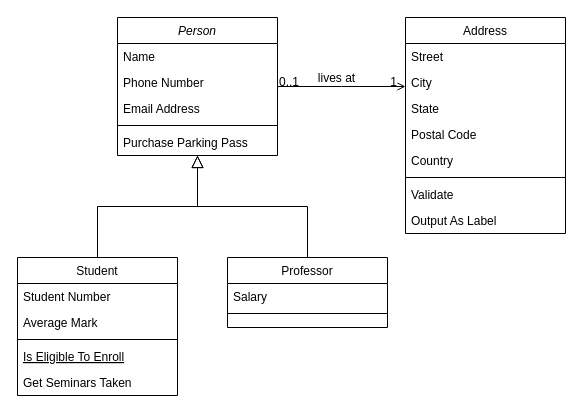
Before: Diagrama sem nome.drawio in Vitoria-Freire/Encapsulamento, a draw.io diagram. Source tidied: cells renumbered, new cells numbered last; positions are measured from the earlier drawing's top-left corner, leaving out a move shared by most shapes. Both pictures are drawn from the tidied source at 100%, with x=0, y=0 at pixel (17, 17).
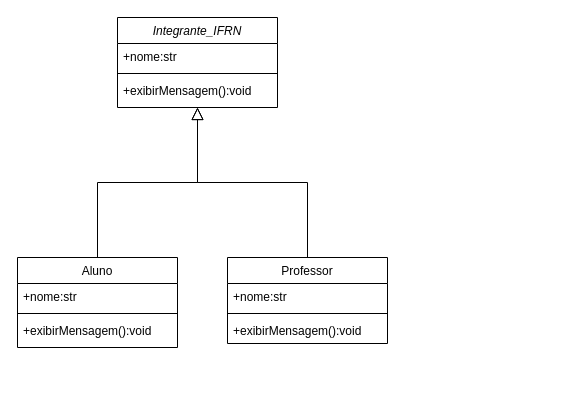
Above is the later version.

What changed in the source:
```diff
@@
-    <mxCell id="2" value="Person" style="swimlane;fontStyle=2;align=center;verticalAlign=top;horizontal=1;startSize=26;rounded=0;shadow=0;strokeWidth=1;" parent="1" vertex="1">
-      <mxGeometry x="100" width="160" height="138" as="geometry" />
+    <mxCell id="2" value="Integrante_IFRN" style="swimlane;fontStyle=2;align=center;verticalAlign=top;horizontal=1;startSize=26;rounded=0;shadow=0;strokeWidth=1;" parent="1" vertex="1">
+      <mxGeometry x="100" width="160" height="90" as="geometry" />
     </mxCell>
-    <mxCell id="3" value="Name" style="text;align=left;verticalAlign=top;spacingLeft=4;spacingRight=4;overflow=hidden;" parent="2" vertex="1">
+    <mxCell id="3" value="+nome:str" style="text;align=left;verticalAlign=top;spacingLeft=4;spacingRight=4;overflow=hidden;" parent="2" vertex="1">
       <mxGeometry y="26" width="160" height="26" as="geometry" />
     </mxCell>
-    <mxCell id="4" value="Phone Number" style="text;align=left;verticalAlign=top;spacingLeft=4;spacingRight=4;overflow=hidden;rounded=0;shadow=0;html=0;" parent="2" vertex="1">
-      <mxGeometry y="52" width="160" height="26" as="geometry" />
-    </mxCell>
-    <mxCell id="5" value="Email Address" style="text;align=left;verticalAlign=top;spacingLeft=4;spacingRight=4;overflow=hidden;rounded=0;shadow=0;html=0;" parent="2" vertex="1">
-      <mxGeometry y="78" width="160" height="26" as="geometry" />
-    </mxCell>
     <mxCell id="6" style="line;html=1;strokeWidth=1;align=left;verticalAlign=middle;spacingTop=-1;spacingLeft=3;spacingRight=3;labelPosition=right;" parent="2" vertex="1">
-      <mxGeometry y="104" width="160" height="8" as="geometry" />
+      <mxGeometry y="52" width="160" height="8" as="geometry" />
     </mxCell>
-    <mxCell id="7" value="Purchase Parking Pass" style="text;align=left;verticalAlign=top;spacingLeft=4;spacingRight=4;overflow=hidden;" parent="2" vertex="1">
-      <mxGeometry y="112" width="160" height="26" as="geometry" />
-    </mxCell>
+    <mxCell id="32" value="+exibirMensagem():void" style="text;align=left;verticalAlign=top;spacingLeft=4;spacingRight=4;overflow=hidden;" parent="2" vertex="1">
+      <mxGeometry y="60" width="160" height="26" as="geometry" />
+    </mxCell>
-    <mxCell id="8" value="Student" style="swimlane;fontStyle=0;align=center;verticalAlign=top;horizontal=1;startSize=26;rounded=0;shadow=0;strokeWidth=1;" parent="1" vertex="1">
-      <mxGeometry y="240" width="160" height="138" as="geometry" />
+    <mxCell id="8" value="Aluno" style="swimlane;fontStyle=0;align=center;verticalAlign=top;horizontal=1;startSize=26;rounded=0;shadow=0;strokeWidth=1;" parent="1" vertex="1">
+      <mxGeometry y="240" width="160" height="90" as="geometry" />
     </mxCell>
-    <mxCell id="9" value="Student Number" style="text;align=left;verticalAlign=top;spacingLeft=4;spacingRight=4;overflow=hidden;" parent="8" vertex="1">
+    <mxCell id="9" value="+nome:str" style="text;align=left;verticalAlign=top;spacingLeft=4;spacingRight=4;overflow=hidden;" parent="8" vertex="1">
       <mxGeometry y="26" width="160" height="26" as="geometry" />
     </mxCell>
-    <mxCell id="10" value="Average Mark" style="text;align=left;verticalAlign=top;spacingLeft=4;spacingRight=4;overflow=hidden;rounded=0;shadow=0;html=0;" parent="8" vertex="1">
-      <mxGeometry y="52" width="160" height="26" as="geometry" />
-    </mxCell>
     <mxCell id="11" style="line;html=1;strokeWidth=1;align=left;verticalAlign=middle;spacingTop=-1;spacingLeft=3;spacingRight=3;labelPosition=right;" parent="8" vertex="1">
-      <mxGeometry y="78" width="160" height="8" as="geometry" />
+      <mxGeometry y="52" width="160" height="8" as="geometry" />
     </mxCell>
-    <mxCell id="12" value="Is Eligible To Enroll" style="text;align=left;verticalAlign=top;spacingLeft=4;spacingRight=4;overflow=hidden;points=[[0,0.5],[1,0.5]];portConstraint=eastwest;fontStyle=4;" parent="8" vertex="1">
-      <mxGeometry y="86" width="160" height="26" as="geometry" />
+    <mxCell id="12" value="+exibirMensagem():void" style="text;align=left;verticalAlign=top;spacingLeft=4;spacingRight=4;overflow=hidden;points=[[0,0.5],[1,0.5]];portConstraint=eastwest;fontStyle=0;" parent="8" vertex="1">
+      <mxGeometry y="60" width="160" height="26" as="geometry" />
     </mxCell>
-    <mxCell id="13" value="Get Seminars Taken" style="text;align=left;verticalAlign=top;spacingLeft=4;spacingRight=4;overflow=hidden;" parent="8" vertex="1">
-      <mxGeometry y="112" width="160" height="26" as="geometry" />
-    </mxCell>
+    <mxCell id="33" style="edgeStyle=orthogonalEdgeStyle;rounded=0;jettySize=auto;html=1;exitX=0.5;exitY=1;exitDx=0;exitDy=0;entryX=0.5;entryY=1.154;entryDx=0;entryDy=0;entryPerimeter=0;" parent="8" edge="1" source="8" target="12">
+      <mxGeometry relative="1" as="geometry" />
+    </mxCell>
@@
     <mxCell id="15" value="Professor" style="swimlane;fontStyle=0;align=center;verticalAlign=top;horizontal=1;startSize=26;rounded=0;shadow=0;strokeWidth=1;" parent="1" vertex="1">
-      <mxGeometry x="210" y="240" width="160" height="70" as="geometry" />
+      <mxGeometry x="210" y="240" width="160" height="86" as="geometry" />
     </mxCell>
-    <mxCell id="16" value="Salary" style="text;align=left;verticalAlign=top;spacingLeft=4;spacingRight=4;overflow=hidden;" parent="15" vertex="1">
+    <mxCell id="16" value="+nome:str" style="text;align=left;verticalAlign=top;spacingLeft=4;spacingRight=4;overflow=hidden;" parent="15" vertex="1">
       <mxGeometry y="26" width="160" height="26" as="geometry" />
     </mxCell>
@@
+    <mxCell id="34" value="+exibirMensagem():void" style="text;align=left;verticalAlign=top;spacingLeft=4;spacingRight=4;overflow=hidden;fontStyle=0;" parent="15" vertex="1">
+      <mxGeometry y="60" width="160" height="26" as="geometry" />
+    </mxCell>
@@
-    <mxCell id="19" value="Address" style="swimlane;fontStyle=0;align=center;verticalAlign=top;horizontal=1;startSize=26;rounded=0;shadow=0;strokeWidth=1;" parent="1" vertex="1">
-      <mxGeometry x="388" width="160" height="216" as="geometry" />
-    </mxCell>
-    <mxCell id="20" value="Street" style="text;align=left;verticalAlign=top;spacingLeft=4;spacingRight=4;overflow=hidden;" parent="19" vertex="1">
-      <mxGeometry y="26" width="160" height="26" as="geometry" />
-    </mxCell>
-    <mxCell id="21" value="City" style="text;align=left;verticalAlign=top;spacingLeft=4;spacingRight=4;overflow=hidden;rounded=0;shadow=0;html=0;" parent="19" vertex="1">
-      <mxGeometry y="52" width="160" height="26" as="geometry" />
-    </mxCell>
-    <mxCell id="22" value="State" style="text;align=left;verticalAlign=top;spacingLeft=4;spacingRight=4;overflow=hidden;rounded=0;shadow=0;html=0;" parent="19" vertex="1">
-      <mxGeometry y="78" width="160" height="26" as="geometry" />
-    </mxCell>
-    <mxCell id="23" value="Postal Code" style="text;align=left;verticalAlign=top;spacingLeft=4;spacingRight=4;overflow=hidden;rounded=0;shadow=0;html=0;" parent="19" vertex="1">
-      <mxGeometry y="104" width="160" height="26" as="geometry" />
-    </mxCell>
-    <mxCell id="24" value="Country" style="text;align=left;verticalAlign=top;spacingLeft=4;spacingRight=4;overflow=hidden;rounded=0;shadow=0;html=0;" parent="19" vertex="1">
-      <mxGeometry y="130" width="160" height="26" as="geometry" />
-    </mxCell>
-    <mxCell id="25" style="line;html=1;strokeWidth=1;align=left;verticalAlign=middle;spacingTop=-1;spacingLeft=3;spacingRight=3;labelPosition=right;" parent="19" vertex="1">
-      <mxGeometry y="156" width="160" height="8" as="geometry" />
-    </mxCell>
-    <mxCell id="26" value="Validate" style="text;align=left;verticalAlign=top;spacingLeft=4;spacingRight=4;overflow=hidden;" parent="19" vertex="1">
-      <mxGeometry y="164" width="160" height="26" as="geometry" />
-    </mxCell>
-    <mxCell id="27" value="Output As Label" style="text;align=left;verticalAlign=top;spacingLeft=4;spacingRight=4;overflow=hidden;" parent="19" vertex="1">
-      <mxGeometry y="190" width="160" height="26" as="geometry" />
-    </mxCell>
-    <mxCell id="28" style="endArrow=open;shadow=0;strokeWidth=1;rounded=0;endFill=1;edgeStyle=elbowEdgeStyle;elbow=vertical;" parent="1" edge="1" source="2" target="19">
-      <mxGeometry x="0.5" y="41" relative="1" as="geometry">
-        <mxPoint x="-40" y="32" as="offset" />
-      </mxGeometry>
-    </mxCell>
-    <mxCell id="29" value="0..1" style="align=left;verticalAlign=bottom;labelBackgroundColor=none;fontSize=12;" parent="28" vertex="1">
-      <mxGeometry x="-1" relative="1" as="geometry">
-        <mxPoint y="4" as="offset" />
-      </mxGeometry>
-    </mxCell>
-    <mxCell id="30" value="1" style="align=right;verticalAlign=bottom;labelBackgroundColor=none;fontSize=12;" parent="28" vertex="1">
-      <mxGeometry x="1" relative="1" as="geometry">
-        <mxPoint x="-7" y="4" as="offset" />
-      </mxGeometry>
-    </mxCell>
-    <mxCell id="31" value="lives at" style="text;html=1;align=center;verticalAlign=middle;labelBackgroundColor=none;rounded=0;shadow=0;strokeWidth=1;fontSize=12;" parent="28" vertex="1">
-      <mxGeometry x="0.5" y="49" relative="1" as="geometry">
-        <mxPoint x="-38" y="40" as="offset" />
-      </mxGeometry>
-    </mxCell>
```
